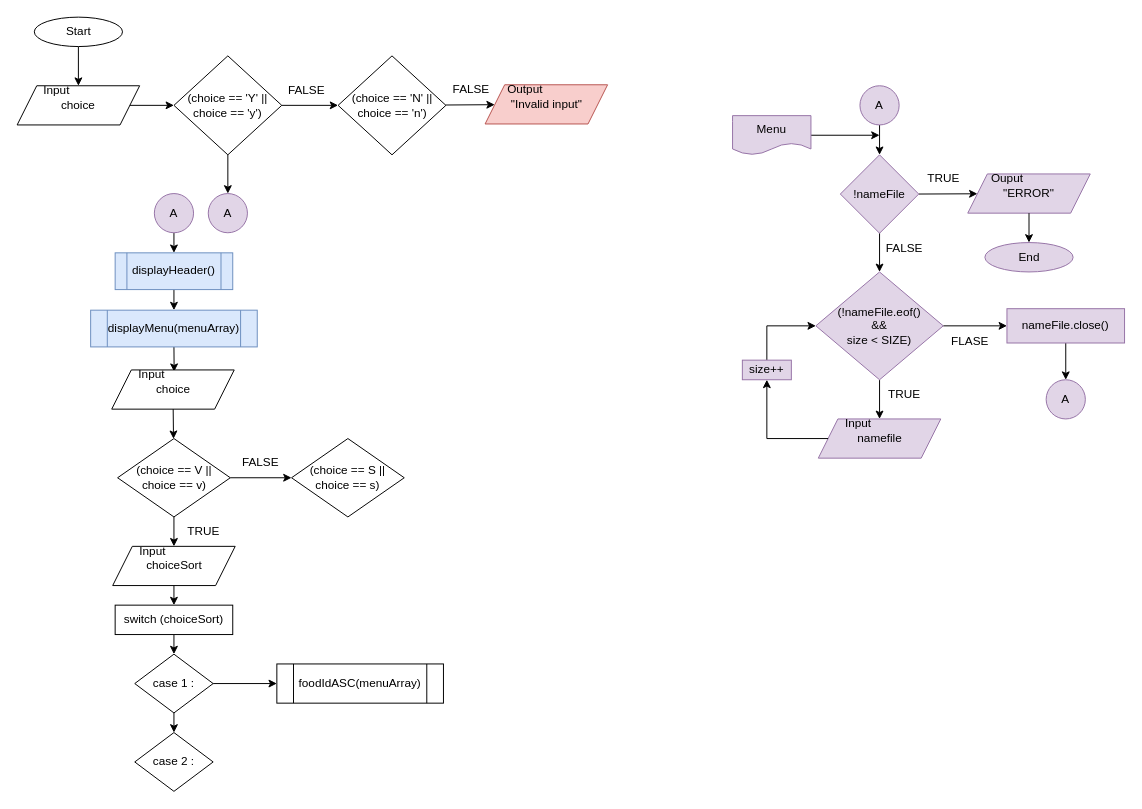
Earlier version of the draw.io diagram page "Page-2" (2 of 5) of Submission/sec02/Tupperware/classDiagram.drawio (jjn7702/SECJ2013-DSA). Source tidied: cells renumbered, new cells numbered last; positions are measured from the earlier drawing's top-left corner, leaving out a move shared by most shapes. Both pictures are drawn from the tidied source at 98%, with x=0, y=0 at pixel (17, 17).
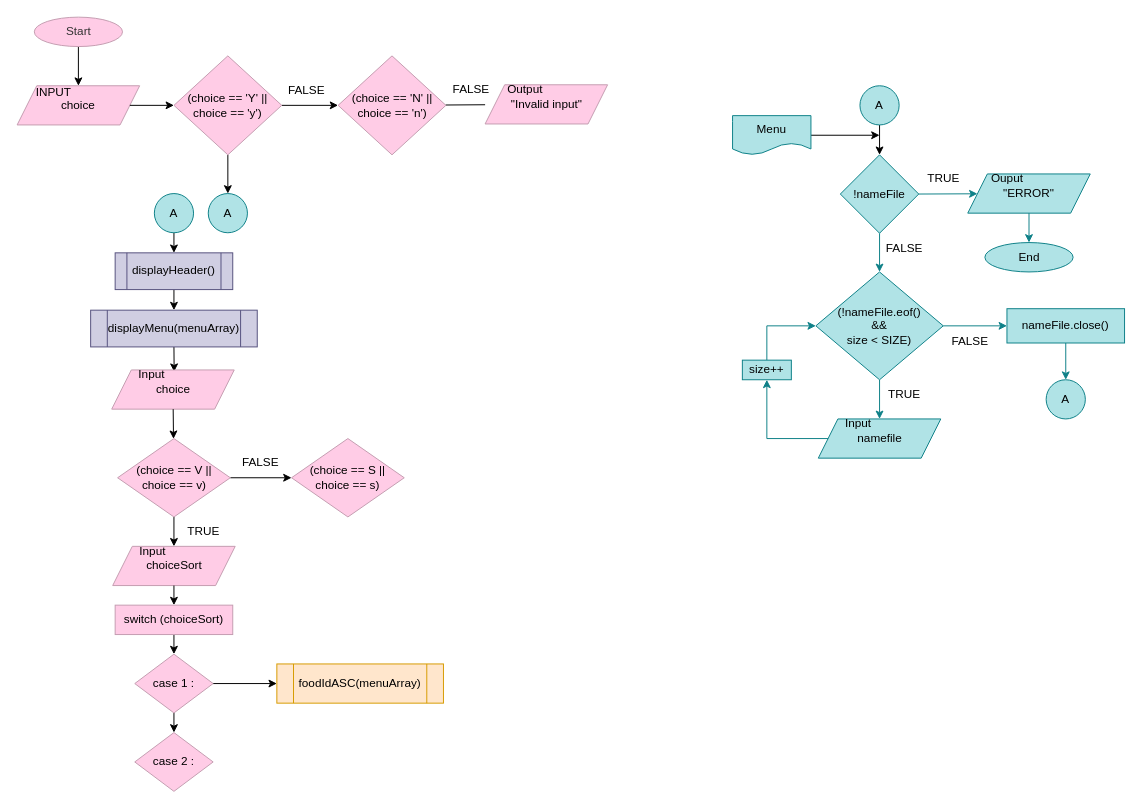
The same diagram, later.

Unchanged cells that the change refers to:
```xml
<mxCell id="26" style="group;fillColor=none;strokeColor=none;" parent="1" vertex="1">
  <mxGeometry x="970" y="150" width="125" height="50" as="geometry" />
</mxCell>
<mxCell id="36" style="group;fillColor=none;strokeColor=none;" parent="1" vertex="1">
  <mxGeometry x="817.5" y="400" width="125" height="50" as="geometry" />
</mxCell>
<mxCell id="62" style="group;" parent="1" vertex="1">
  <mxGeometry x="97.5" y="530" width="125" height="50" as="geometry" />
</mxCell>
```

Change to the diagram source:
```diff
@@
+    <mxCell id="6" style="group;fillColor=default;" parent="1" vertex="1">
+      <mxGeometry y="60" width="125" height="50" as="geometry" />
+    </mxCell>
+    <mxCell id="7" value="choice" style="shape=parallelogram;perimeter=parallelogramPerimeter;whiteSpace=wrap;html=1;fixedSize=1;fontColor=#000000;fillColor=#FFCCE6;strokeColor=#C49DB1;" parent="6" vertex="1">
+      <mxGeometry y="10" width="125" height="40" as="geometry" />
+    </mxCell>
+    <mxCell id="8" value="INPUT" style="text;html=1;align=center;verticalAlign=middle;strokeColor=none;fillColor=none;fontColor=#000000;" parent="6" vertex="1">
+      <mxGeometry x="7" y="2" width="60" height="30" as="geometry" />
+    </mxCell>
-    <mxCell id="2" style="edgeStyle=none;html=1;exitX=0.5;exitY=1;exitDx=0;exitDy=0;fontColor=#000000;" parent="1" edge="1" source="3" target="7">
+    <mxCell id="2" style="edgeStyle=none;rounded=0;html=1;exitX=0.5;exitY=1;exitDx=0;exitDy=0;" parent="1" edge="1" source="3" target="7">
       <mxGeometry relative="1" as="geometry" />
     </mxCell>
-    <mxCell id="3" value="Start" style="ellipse;whiteSpace=wrap;html=1;fontColor=#000000;" parent="1" vertex="1">
+    <mxCell id="3" value="Start" style="ellipse;whiteSpace=wrap;html=1;fontColor=#333333;fillColor=#FFCCE6;strokeColor=#C49DB1;" parent="1" vertex="1">
       <mxGeometry x="17.5" width="90" height="30" as="geometry" />
     </mxCell>
-    <mxCell id="4" style="edgeStyle=none;html=1;exitX=1;exitY=0.5;exitDx=0;exitDy=0;fontColor=#000000;" parent="1" edge="1" source="5">
+    <mxCell id="4" style="edgeStyle=none;html=1;exitX=1;exitY=0.5;exitDx=0;exitDy=0;fontColor=#000000;fillColor=#b0e3e6;strokeColor=#000000;" parent="1" edge="1" source="5">
       <mxGeometry relative="1" as="geometry">
         <mxPoint x="880" y="120.5" as="targetPoint" />
       </mxGeometry>
     </mxCell>
-    <mxCell id="5" value="Menu" style="shape=document;whiteSpace=wrap;html=1;boundedLbl=1;fillColor=#e1d5e7;strokeColor=#9673a6;" parent="1" vertex="1">
+    <mxCell id="5" value="Menu" style="shape=document;whiteSpace=wrap;html=1;boundedLbl=1;fillColor=#b0e3e6;strokeColor=#0e8088;" parent="1" vertex="1">
       <mxGeometry x="730" y="100.5" width="80" height="40" as="geometry" />
     </mxCell>
-    <mxCell id="6" style="group;" parent="1" vertex="1">
-      <mxGeometry y="60" width="125" height="50" as="geometry" />
-    </mxCell>
-    <mxCell id="7" value="choice" style="shape=parallelogram;perimeter=parallelogramPerimeter;whiteSpace=wrap;html=1;fixedSize=1;fontColor=#000000;" parent="6" vertex="1">
-      <mxGeometry y="10" width="125" height="40" as="geometry" />
-    </mxCell>
-    <mxCell id="8" value="Input" style="text;html=1;align=center;verticalAlign=middle;strokeColor=none;fillColor=none;fontColor=#000000;" parent="6" vertex="1">
-      <mxGeometry x="15" width="50" height="30" as="geometry" />
-    </mxCell>
@@
-    <mxCell id="11" value="(choice == 'Y' || choice == 'y')" style="rhombus;whiteSpace=wrap;html=1;fontColor=#000000;" parent="1" vertex="1">
+    <mxCell id="11" value="(choice == 'Y' || choice == 'y')" style="rhombus;whiteSpace=wrap;html=1;fontColor=#000000;fillColor=#FFCCE6;strokeColor=#C49DB1;" parent="1" vertex="1">
       <mxGeometry x="160" y="39.5" width="110" height="101" as="geometry" />
     </mxCell>
@@
-    <mxCell id="14" value="(choice == 'N' || choice == 'n')" style="rhombus;whiteSpace=wrap;html=1;fontColor=#000000;" parent="1" vertex="1">
+    <mxCell id="14" value="(choice == 'N' || choice == 'n')" style="rhombus;whiteSpace=wrap;html=1;fontColor=#000000;fillColor=#FFCCE6;strokeColor=#C49DB1;" parent="1" vertex="1">
       <mxGeometry x="327.5" y="39.5" width="110" height="101" as="geometry" />
     </mxCell>
@@
-    <mxCell id="16" style="group;" parent="1" vertex="1">
+    <mxCell id="16" style="group;fillColor=default;" parent="1" vertex="1">
       <mxGeometry x="477.5" y="59" width="125" height="50" as="geometry" />
     </mxCell>
-    <mxCell id="17" value="&quot;Invalid input&quot;" style="shape=parallelogram;perimeter=parallelogramPerimeter;whiteSpace=wrap;html=1;fixedSize=1;fillColor=#f8cecc;strokeColor=#b85450;" parent="16" vertex="1">
+    <mxCell id="17" value="&quot;Invalid input&quot;" style="shape=parallelogram;perimeter=parallelogramPerimeter;whiteSpace=wrap;html=1;fixedSize=1;fillColor=#FFCCE6;strokeColor=#C49DB1;" parent="16" vertex="1">
       <mxGeometry y="10" width="125" height="40" as="geometry" />
     </mxCell>
@@
-    <mxCell id="20" value="A" style="ellipse;whiteSpace=wrap;html=1;fillColor=#e1d5e7;strokeColor=#9673a6;" parent="1" vertex="1">
+    <mxCell id="20" value="A" style="ellipse;whiteSpace=wrap;html=1;fillColor=#b0e3e6;strokeColor=#0e8088;" parent="1" vertex="1">
       <mxGeometry x="195" y="180" width="40" height="40" as="geometry" />
     </mxCell>
-    <mxCell id="21" style="edgeStyle=none;html=1;exitX=0.5;exitY=1;exitDx=0;exitDy=0;fontColor=#000000;fillColor=#e1d5e7;strokeColor=#000000;" parent="1" edge="1" source="22" target="25">
+    <mxCell id="21" style="edgeStyle=none;html=1;exitX=0.5;exitY=1;exitDx=0;exitDy=0;fontColor=#000000;fillColor=#b0e3e6;strokeColor=#000000;" parent="1" edge="1" source="22" target="25">
       <mxGeometry relative="1" as="geometry" />
     </mxCell>
-    <mxCell id="22" value="A" style="ellipse;whiteSpace=wrap;html=1;fillColor=#e1d5e7;strokeColor=#9673a6;" parent="1" vertex="1">
+    <mxCell id="22" value="A" style="ellipse;whiteSpace=wrap;html=1;fillColor=#b0e3e6;strokeColor=#0e8088;" parent="1" vertex="1">
       <mxGeometry x="860" y="70" width="40" height="40" as="geometry" />
     </mxCell>
-    <mxCell id="23" style="edgeStyle=none;html=1;exitX=1;exitY=0.5;exitDx=0;exitDy=0;fontColor=#000000;fillColor=#e1d5e7;strokeColor=#000000;" parent="1" edge="1" source="25" target="27">
+    <mxCell id="23" style="edgeStyle=none;html=1;exitX=1;exitY=0.5;exitDx=0;exitDy=0;fontColor=#000000;fillColor=#b0e3e6;strokeColor=#0e8088;" parent="1" edge="1" source="25" target="27">
       <mxGeometry relative="1" as="geometry" />
     </mxCell>
-    <mxCell id="24" style="edgeStyle=none;html=1;fontColor=#000000;fillColor=#e1d5e7;strokeColor=#000000;rounded=0;" parent="1" edge="1" source="25" target="32">
+    <mxCell id="24" style="edgeStyle=none;html=1;fontColor=#000000;fillColor=#b0e3e6;strokeColor=#0e8088;rounded=0;" parent="1" edge="1" source="25" target="32">
       <mxGeometry relative="1" as="geometry" />
     </mxCell>
-    <mxCell id="25" value="!nameFile" style="rhombus;whiteSpace=wrap;html=1;fillColor=#e1d5e7;strokeColor=#9673a6;" parent="1" vertex="1">
+    <mxCell id="25" value="!nameFile" style="rhombus;whiteSpace=wrap;html=1;fillColor=#b0e3e6;strokeColor=#0e8088;" parent="1" vertex="1">
       <mxGeometry x="840" y="140.5" width="80" height="80" as="geometry" />
     </mxCell>
@@
-    <mxCell id="27" value="&quot;ERROR&quot;" style="shape=parallelogram;perimeter=parallelogramPerimeter;whiteSpace=wrap;html=1;fixedSize=1;fillColor=#e1d5e7;strokeColor=#9673a6;" parent="26" vertex="1">
+    <mxCell id="27" value="&quot;ERROR&quot;" style="shape=parallelogram;perimeter=parallelogramPerimeter;whiteSpace=wrap;html=1;fixedSize=1;fillColor=#b0e3e6;strokeColor=#0e8088;" parent="26" vertex="1">
       <mxGeometry y="10" width="125" height="40" as="geometry" />
     </mxCell>
@@
-    <mxCell id="30" style="edgeStyle=none;html=1;fontColor=#000000;fillColor=#e1d5e7;strokeColor=#000000;" parent="1" edge="1" source="32" target="37">
+    <mxCell id="30" style="edgeStyle=none;html=1;fontColor=#000000;fillColor=#b0e3e6;strokeColor=#0e8088;" parent="1" edge="1" source="32" target="37">
       <mxGeometry relative="1" as="geometry" />
     </mxCell>
-    <mxCell id="31" style="edgeStyle=none;rounded=0;html=1;exitX=1;exitY=0.5;exitDx=0;exitDy=0;entryX=0;entryY=0.5;entryDx=0;entryDy=0;strokeColor=#000000;fontColor=#000000;" parent="1" edge="1" source="32" target="45">
+    <mxCell id="31" style="edgeStyle=none;rounded=0;html=1;exitX=1;exitY=0.5;exitDx=0;exitDy=0;entryX=0;entryY=0.5;entryDx=0;entryDy=0;strokeColor=#0e8088;fontColor=#000000;fillColor=#b0e3e6;" parent="1" edge="1" source="32" target="45">
       <mxGeometry relative="1" as="geometry" />
     </mxCell>
-    <mxCell id="32" value="(!nameFile.eof()&lt;br&gt;&amp;amp;&amp;amp;&lt;br&gt;size &amp;lt; SIZE)" style="rhombus;whiteSpace=wrap;html=1;fillColor=#e1d5e7;strokeColor=#9673a6;" parent="1" vertex="1">
+    <mxCell id="32" value="(!nameFile.eof()&lt;br&gt;&amp;amp;&amp;amp;&lt;br&gt;size &amp;lt; SIZE)" style="rhombus;whiteSpace=wrap;html=1;fillColor=#b0e3e6;strokeColor=#0e8088;" parent="1" vertex="1">
       <mxGeometry x="815" y="260" width="130" height="110" as="geometry" />
     </mxCell>
-    <mxCell id="33" value="End" style="ellipse;whiteSpace=wrap;html=1;fillColor=#e1d5e7;strokeColor=#9673a6;" parent="1" vertex="1">
+    <mxCell id="33" value="End" style="ellipse;whiteSpace=wrap;html=1;fillColor=#b0e3e6;strokeColor=#0e8088;" parent="1" vertex="1">
       <mxGeometry x="987.5" y="230" width="90" height="30" as="geometry" />
     </mxCell>
-    <mxCell id="34" style="edgeStyle=none;html=1;fontColor=#000000;fillColor=#e1d5e7;strokeColor=#000000;" parent="1" edge="1" source="27" target="33">
+    <mxCell id="34" style="edgeStyle=none;html=1;fontColor=#000000;fillColor=#b0e3e6;strokeColor=#0e8088;" parent="1" edge="1" source="27" target="33">
       <mxGeometry relative="1" as="geometry" />
     </mxCell>
@@
-    <mxCell id="37" value="namefile" style="shape=parallelogram;perimeter=parallelogramPerimeter;whiteSpace=wrap;html=1;fixedSize=1;fillColor=#e1d5e7;strokeColor=#9673a6;" parent="36" vertex="1">
+    <mxCell id="37" value="namefile" style="shape=parallelogram;perimeter=parallelogramPerimeter;whiteSpace=wrap;html=1;fixedSize=1;fillColor=#b0e3e6;strokeColor=#0e8088;" parent="36" vertex="1">
       <mxGeometry y="10" width="125" height="40" as="geometry" />
     </mxCell>
@@
-    <mxCell id="39" style="edgeStyle=none;rounded=0;html=1;exitX=0.5;exitY=0;exitDx=0;exitDy=0;fontColor=#000000;entryX=0;entryY=0.5;entryDx=0;entryDy=0;fillColor=#e1d5e7;strokeColor=#000000;" parent="1" edge="1" source="40" target="32">
+    <mxCell id="39" style="edgeStyle=none;rounded=0;html=1;exitX=0.5;exitY=0;exitDx=0;exitDy=0;fontColor=#000000;entryX=0;entryY=0.5;entryDx=0;entryDy=0;fillColor=#b0e3e6;strokeColor=#0e8088;" parent="1" edge="1" source="40" target="32">
       <mxGeometry relative="1" as="geometry">
         <Array as="points">
           <mxPoint x="765" y="315" />
         </Array>
       </mxGeometry>
     </mxCell>
-    <mxCell id="40" value="size++" style="whiteSpace=wrap;html=1;fillColor=#e1d5e7;strokeColor=#9673a6;" parent="1" vertex="1">
+    <mxCell id="40" value="size++" style="whiteSpace=wrap;html=1;fillColor=#b0e3e6;strokeColor=#0e8088;" parent="1" vertex="1">
       <mxGeometry x="740" y="350" width="50" height="20" as="geometry" />
     </mxCell>
@@
-    <mxCell id="42" style="edgeStyle=none;rounded=0;html=1;exitX=0;exitY=0.5;exitDx=0;exitDy=0;entryX=0.5;entryY=1;entryDx=0;entryDy=0;fontColor=#000000;fillColor=#e1d5e7;strokeColor=#000000;" parent="1" edge="1" source="37" target="40">
+    <mxCell id="42" style="edgeStyle=none;rounded=0;html=1;exitX=0;exitY=0.5;exitDx=0;exitDy=0;entryX=0.5;entryY=1;entryDx=0;entryDy=0;fontColor=#000000;fillColor=#b0e3e6;strokeColor=#0e8088;" parent="1" edge="1" source="37" target="40">
       <mxGeometry relative="1" as="geometry">
         <Array as="points">
           <mxPoint x="765" y="430" />
         </Array>
       </mxGeometry>
     </mxCell>
-    <mxCell id="43" value="A" style="ellipse;whiteSpace=wrap;html=1;fillColor=#e1d5e7;strokeColor=#9673a6;" parent="1" vertex="1">
+    <mxCell id="43" value="A" style="ellipse;whiteSpace=wrap;html=1;fillColor=#b0e3e6;strokeColor=#0e8088;" parent="1" vertex="1">
       <mxGeometry x="1050" y="370" width="40" height="40" as="geometry" />
     </mxCell>
-    <mxCell id="44" style="edgeStyle=none;rounded=0;html=1;strokeColor=#000000;fontColor=#000000;" parent="1" edge="1" source="45" target="43">
+    <mxCell id="44" style="edgeStyle=none;rounded=0;html=1;strokeColor=#0e8088;fontColor=#000000;fillColor=#b0e3e6;" parent="1" edge="1" source="45" target="43">
       <mxGeometry relative="1" as="geometry" />
     </mxCell>
-    <mxCell id="45" value="nameFile.close()" style="whiteSpace=wrap;html=1;fillColor=#e1d5e7;strokeColor=#9673a6;" parent="1" vertex="1">
+    <mxCell id="45" value="nameFile.close()" style="whiteSpace=wrap;html=1;fillColor=#b0e3e6;strokeColor=#0e8088;" parent="1" vertex="1">
       <mxGeometry x="1010" y="297.5" width="120" height="35" as="geometry" />
     </mxCell>
-    <mxCell id="46" value="FLASE" style="text;html=1;align=center;verticalAlign=middle;strokeColor=none;fillColor=none;" parent="1" vertex="1">
+    <mxCell id="46" value="FALSE" style="text;html=1;align=center;verticalAlign=middle;strokeColor=none;fillColor=none;" parent="1" vertex="1">
       <mxGeometry x="941.5" y="316" width="60" height="30" as="geometry" />
     </mxCell>
@@
-    <mxCell id="48" value="displayHeader()" style="shape=process;whiteSpace=wrap;html=1;backgroundOutline=1;labelBackgroundColor=none;fillColor=#dae8fc;strokeColor=#6c8ebf;" parent="1" vertex="1">
+    <mxCell id="48" value="displayHeader()" style="shape=process;whiteSpace=wrap;html=1;backgroundOutline=1;labelBackgroundColor=none;fillColor=#d0cee2;strokeColor=#56517e;" parent="1" vertex="1">
       <mxGeometry x="100" y="240.5" width="120" height="37.5" as="geometry" />
     </mxCell>
@@
-    <mxCell id="50" value="displayMenu(menuArray)" style="shape=process;whiteSpace=wrap;html=1;backgroundOutline=1;labelBackgroundColor=none;fillColor=#dae8fc;strokeColor=#6c8ebf;" parent="1" vertex="1">
+    <mxCell id="50" value="displayMenu(menuArray)" style="shape=process;whiteSpace=wrap;html=1;backgroundOutline=1;labelBackgroundColor=none;fillColor=#d0cee2;strokeColor=#56517e;" parent="1" vertex="1">
       <mxGeometry x="75" y="299" width="170" height="37.5" as="geometry" />
     </mxCell>
@@
-    <mxCell id="52" value="A" style="ellipse;whiteSpace=wrap;html=1;fillColor=#e1d5e7;strokeColor=#9673a6;" parent="1" vertex="1">
+    <mxCell id="52" value="A" style="ellipse;whiteSpace=wrap;html=1;fillColor=#b0e3e6;strokeColor=#0e8088;" parent="1" vertex="1">
       <mxGeometry x="140" y="180" width="40" height="40" as="geometry" />
     </mxCell>
-    <mxCell id="53" style="group;" parent="1" vertex="1">
+    <mxCell id="53" style="group;fillColor=none;strokeColor=none;" parent="1" vertex="1">
       <mxGeometry x="96.5" y="350" width="125" height="50" as="geometry" />
     </mxCell>
-    <mxCell id="54" value="choice" style="shape=parallelogram;perimeter=parallelogramPerimeter;whiteSpace=wrap;html=1;fixedSize=1;fontColor=#000000;" parent="53" vertex="1">
+    <mxCell id="54" value="choice" style="shape=parallelogram;perimeter=parallelogramPerimeter;whiteSpace=wrap;html=1;fixedSize=1;fontColor=#000000;fillColor=#FFCCE6;strokeColor=#C49DB1;" parent="53" vertex="1">
       <mxGeometry y="10" width="125" height="40" as="geometry" />
     </mxCell>
@@
-    <mxCell id="58" value="(choice == V ||&lt;br&gt;choice == v)" style="rhombus;whiteSpace=wrap;html=1;rounded=0;glass=0;labelBackgroundColor=none;fontColor=#000000;fillColor=default;" parent="1" vertex="1">
+    <mxCell id="58" value="(choice == V ||&lt;br&gt;choice == v)" style="rhombus;whiteSpace=wrap;html=1;rounded=0;glass=0;labelBackgroundColor=none;fontColor=#000000;fillColor=#FFCCE6;strokeColor=#C49DB1;" parent="1" vertex="1">
       <mxGeometry x="102.5" y="430" width="115" height="80" as="geometry" />
     </mxCell>
@@
-    <mxCell id="60" value="(choice == S ||&lt;br&gt;choice == s)" style="rhombus;whiteSpace=wrap;html=1;rounded=0;glass=0;labelBackgroundColor=none;fontColor=#000000;fillColor=default;" parent="1" vertex="1">
+    <mxCell id="60" value="(choice == S ||&lt;br&gt;choice == s)" style="rhombus;whiteSpace=wrap;html=1;rounded=0;glass=0;labelBackgroundColor=none;fontColor=#000000;fillColor=#FFCCE6;strokeColor=#C49DB1;" parent="1" vertex="1">
       <mxGeometry x="280" y="430" width="115" height="80" as="geometry" />
     </mxCell>
@@
-    <mxCell id="63" value="choiceSort" style="shape=parallelogram;perimeter=parallelogramPerimeter;whiteSpace=wrap;html=1;fixedSize=1;fontColor=#000000;" parent="62" vertex="1">
+    <mxCell id="63" value="choiceSort" style="shape=parallelogram;perimeter=parallelogramPerimeter;whiteSpace=wrap;html=1;fixedSize=1;fontColor=#000000;fillColor=#FFCCE6;strokeColor=#C49DB1;" parent="62" vertex="1">
       <mxGeometry y="10" width="125" height="40" as="geometry" />
     </mxCell>
@@
-    <mxCell id="67" value="switch (choiceSort)" style="whiteSpace=wrap;html=1;rounded=0;glass=0;labelBackgroundColor=none;fontColor=#000000;fillColor=default;" parent="1" vertex="1">
+    <mxCell id="67" value="switch (choiceSort)" style="whiteSpace=wrap;html=1;rounded=0;glass=0;labelBackgroundColor=none;fontColor=#000000;fillColor=#FFCCE6;strokeColor=#C49DB1;" parent="1" vertex="1">
       <mxGeometry x="100" y="600" width="120" height="30" as="geometry" />
     </mxCell>
@@
-    <mxCell id="71" value="case 1 :" style="rhombus;whiteSpace=wrap;html=1;rounded=0;glass=0;labelBackgroundColor=none;fontColor=#000000;fillColor=default;" parent="1" vertex="1">
+    <mxCell id="71" value="case 1 :" style="rhombus;whiteSpace=wrap;html=1;rounded=0;glass=0;labelBackgroundColor=none;fontColor=#000000;fillColor=#FFCCE6;strokeColor=#C49DB1;" parent="1" vertex="1">
       <mxGeometry x="120" y="650" width="80" height="60" as="geometry" />
     </mxCell>
-    <mxCell id="72" value="case 2 :" style="rhombus;whiteSpace=wrap;html=1;rounded=0;glass=0;labelBackgroundColor=none;fontColor=#000000;fillColor=default;" parent="1" vertex="1">
+    <mxCell id="72" value="case 2 :" style="rhombus;whiteSpace=wrap;html=1;rounded=0;glass=0;labelBackgroundColor=none;fontColor=#000000;fillColor=#FFCCE6;strokeColor=#C49DB1;" parent="1" vertex="1">
       <mxGeometry x="120" y="730" width="80" height="60" as="geometry" />
     </mxCell>
-    <mxCell id="73" value="foodIdASC(menuArray)" style="shape=process;whiteSpace=wrap;html=1;backgroundOutline=1;rounded=0;glass=0;labelBackgroundColor=none;fontColor=#000000;fillColor=default;" parent="1" vertex="1">
+    <mxCell id="73" value="foodIdASC(menuArray)" style="shape=process;whiteSpace=wrap;html=1;backgroundOutline=1;rounded=0;glass=0;labelBackgroundColor=none;fillColor=#ffe6cc;strokeColor=#d79b00;" parent="1" vertex="1">
       <mxGeometry x="265" y="660" width="170" height="40" as="geometry" />
     </mxCell>
```
